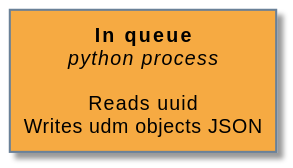
Before: docs/images/object_daemon.svg, a diagram exported from PlantUML (univention/ucsschool-id-connector).
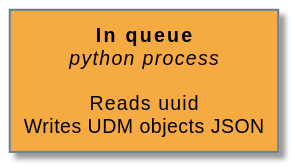
After the change.

What changed in the source:
```diff
@@ -1,4 +1,4 @@
 @startuml
     !include styling.puml
-    agent "<b>In queue\n<i>python process\n\nReads uuid\nWrites udm objects JSON" as daemon
+    agent "<b>In queue\n<i>python process\n\nReads uuid\nWrites UDM objects JSON" as daemon
 @enduml
```
